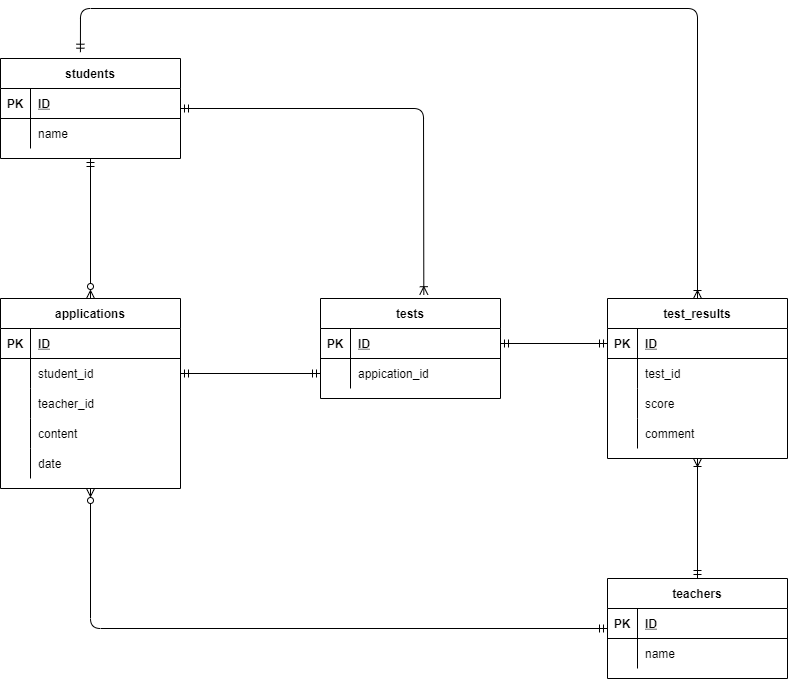
Above: test.drawio.png in showyaa/coachtech_20220316 (draw.io), before the change. Source tidied: cells renumbered, new cells last; positions are measured from the earlier drawing's top-left corner, leaving out a move shared by most shapes.
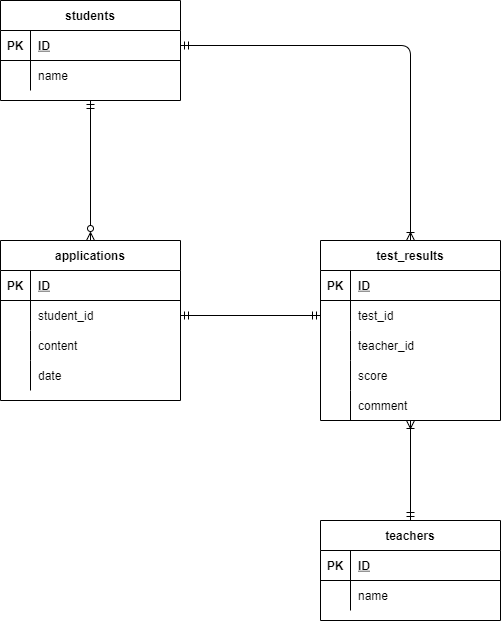
After the commit.

Change to the diagram source:
```diff
@@ -5,13 +5,6 @@
     <mxCell id="2" style="edgeStyle=none;html=1;exitX=0.5;exitY=1;exitDx=0;exitDy=0;entryX=0.5;entryY=0;entryDx=0;entryDy=0;endArrow=ERzeroToMany;endFill=0;startArrow=ERmandOne;startFill=0;" parent="1" edge="1" source="4" target="11">
       <mxGeometry relative="1" as="geometry" />
     </mxCell>
-    <mxCell id="3" style="edgeStyle=none;html=1;exitX=1;exitY=0.5;exitDx=0;exitDy=0;startArrow=ERmandOne;startFill=0;endArrow=ERoneToMany;endFill=0;entryX=0.574;entryY=-0.038;entryDx=0;entryDy=0;entryPerimeter=0;" parent="1" edge="1" source="4" target="27">
-      <mxGeometry relative="1" as="geometry">
-        <Array as="points">
-          <mxPoint x="423" y="100" />
-        </Array>
-      </mxGeometry>
-    </mxCell>
     <mxCell id="4" value="students" style="shape=table;startSize=30;rowLines=0;fontStyle=1;align=center;" parent="1" vertex="1">
       <mxGeometry y="50" width="180" height="100" as="geometry" />
     </mxCell>
@@ -34,7 +27,7 @@
       <mxGeometry x="30" width="150" height="30" as="geometry" />
     </mxCell>
     <mxCell id="11" value="applications" style="shape=table;startSize=30;rowLines=0;fontStyle=1;align=center;" parent="1" vertex="1">
-      <mxGeometry y="290" width="180" height="190" as="geometry" />
+      <mxGeometry y="290" width="180" height="160" as="geometry" />
     </mxCell>
     <mxCell id="12" style="shape=partialRectangle;fillColor=none;top=0;left=0;bottom=1;right=0;" parent="11" vertex="1">
       <mxGeometry y="30" width="180" height="30" as="geometry" />
@@ -54,17 +47,8 @@
     <mxCell id="17" value="student_id" style="shape=partialRectangle;fillColor=none;top=0;left=0;bottom=0;right=0;align=left;spacingLeft=6;overflow=hidden;" parent="15" vertex="1">
       <mxGeometry x="30" width="150" height="30" as="geometry" />
     </mxCell>
-    <mxCell id="18" style="shape=partialRectangle;fillColor=none;top=0;left=0;bottom=0;right=0;" parent="11" vertex="1">
-      <mxGeometry y="90" width="180" height="30" as="geometry" />
-    </mxCell>
-    <mxCell id="19" style="shape=partialRectangle;fillColor=none;top=0;left=0;bottom=0;right=0;overflow=hidden;" parent="18" vertex="1">
-      <mxGeometry width="30" height="30" as="geometry" />
-    </mxCell>
-    <mxCell id="20" value="teacher_id" style="shape=partialRectangle;fillColor=none;top=0;left=0;bottom=0;right=0;align=left;spacingLeft=6;overflow=hidden;" parent="18" vertex="1">
-      <mxGeometry x="30" width="150" height="30" as="geometry" />
-    </mxCell>
     <mxCell id="21" style="shape=partialRectangle;fillColor=none;top=0;left=0;bottom=0;right=0;" parent="11" vertex="1">
-      <mxGeometry y="120" width="180" height="30" as="geometry" />
+      <mxGeometry y="90" width="180" height="30" as="geometry" />
     </mxCell>
     <mxCell id="22" style="shape=partialRectangle;fillColor=none;top=0;left=0;bottom=0;right=0;overflow=hidden;" parent="21" vertex="1">
       <mxGeometry width="30" height="30" as="geometry" />
@@ -73,7 +57,7 @@
       <mxGeometry x="30" width="150" height="30" as="geometry" />
     </mxCell>
     <mxCell id="24" style="shape=partialRectangle;fillColor=none;top=0;left=0;bottom=0;right=0;" parent="11" vertex="1">
-      <mxGeometry y="150" width="180" height="30" as="geometry" />
+      <mxGeometry y="120" width="180" height="30" as="geometry" />
     </mxCell>
     <mxCell id="25" style="shape=partialRectangle;fillColor=none;top=0;left=0;bottom=0;right=0;overflow=hidden;" parent="24" vertex="1">
       <mxGeometry width="30" height="30" as="geometry" />
@@ -81,39 +65,11 @@
     <mxCell id="26" value="date" style="shape=partialRectangle;fillColor=none;top=0;left=0;bottom=0;right=0;align=left;spacingLeft=6;overflow=hidden;" parent="24" vertex="1">
       <mxGeometry x="30" width="150" height="30" as="geometry" />
     </mxCell>
-    <mxCell id="27" value="tests" style="shape=table;startSize=30;rowLines=0;fontStyle=1;align=center;" parent="1" vertex="1">
-      <mxGeometry x="320" y="290" width="180" height="100" as="geometry" />
-    </mxCell>
-    <mxCell id="28" style="shape=partialRectangle;fillColor=none;top=0;left=0;bottom=1;right=0;points=[[0,0.5],[1,0.5]];portConstraint=eastwest;" parent="27" vertex="1">
-      <mxGeometry y="30" width="180" height="30" as="geometry" />
-    </mxCell>
-    <mxCell id="29" value="PK" style="shape=partialRectangle;fillColor=none;top=0;left=0;bottom=0;right=0;fontStyle=1;overflow=hidden;" parent="28" vertex="1">
-      <mxGeometry width="30" height="30" as="geometry" />
-    </mxCell>
-    <mxCell id="30" value="ID" style="shape=partialRectangle;fillColor=none;top=0;left=0;bottom=0;right=0;align=left;spacingLeft=6;fontStyle=5;overflow=hidden;" parent="28" vertex="1">
-      <mxGeometry x="30" width="150" height="30" as="geometry" />
-    </mxCell>
-    <mxCell id="31" style="shape=partialRectangle;fillColor=none;top=0;left=0;bottom=0;right=0;points=[[0,0.5],[1,0.5]];portConstraint=eastwest;" parent="27" vertex="1">
-      <mxGeometry y="60" width="180" height="30" as="geometry" />
-    </mxCell>
-    <mxCell id="32" style="shape=partialRectangle;fillColor=none;top=0;left=0;bottom=0;right=0;overflow=hidden;" parent="31" vertex="1">
-      <mxGeometry width="30" height="30" as="geometry" />
-    </mxCell>
-    <mxCell id="33" value="appication_id" style="shape=partialRectangle;fillColor=none;top=0;left=0;bottom=0;right=0;align=left;spacingLeft=6;overflow=hidden;" parent="31" vertex="1">
-      <mxGeometry x="30" width="150" height="30" as="geometry" />
-    </mxCell>
     <mxCell id="34" style="edgeStyle=none;html=1;exitX=0.5;exitY=0;exitDx=0;exitDy=0;entryX=0.5;entryY=1;entryDx=0;entryDy=0;startArrow=ERmandOne;startFill=0;endArrow=ERoneToMany;endFill=0;" parent="1" edge="1" source="36" target="45">
       <mxGeometry relative="1" as="geometry" />
     </mxCell>
-    <mxCell id="35" style="edgeStyle=none;html=1;exitX=0;exitY=0.5;exitDx=0;exitDy=0;startArrow=ERmandOne;startFill=0;endArrow=ERzeroToMany;endFill=0;entryX=0.5;entryY=1;entryDx=0;entryDy=0;" parent="1" edge="1" source="36" target="11">
-      <mxGeometry relative="1" as="geometry">
-        <Array as="points">
-          <mxPoint x="90" y="620" />
-        </Array>
-      </mxGeometry>
-    </mxCell>
     <mxCell id="36" value="teachers" style="shape=table;startSize=30;rowLines=0;fontStyle=1;align=center;" parent="1" vertex="1">
-      <mxGeometry x="607" y="570" width="180" height="100" as="geometry" />
+      <mxGeometry x="320" y="570" width="180" height="100" as="geometry" />
     </mxCell>
     <mxCell id="37" style="shape=partialRectangle;fillColor=none;top=0;left=0;bottom=1;right=0;" parent="36" vertex="1">
       <mxGeometry y="30" width="180" height="30" as="geometry" />
@@ -133,19 +89,20 @@
     <mxCell id="42" value="name" style="shape=partialRectangle;fillColor=none;top=0;left=0;bottom=0;right=0;align=left;spacingLeft=6;overflow=hidden;" parent="40" vertex="1">
       <mxGeometry x="30" width="150" height="30" as="geometry" />
     </mxCell>
-    <mxCell id="43" style="edgeStyle=none;html=1;exitX=1;exitY=0.5;exitDx=0;exitDy=0;entryX=0;entryY=0.5;entryDx=0;entryDy=0;startArrow=ERmandOne;startFill=0;endArrow=ERmandOne;endFill=0;" parent="1" edge="1" source="15" target="31">
-      <mxGeometry relative="1" as="geometry" />
+    <mxCell id="43" style="edgeStyle=none;html=1;exitX=1;exitY=0.5;exitDx=0;exitDy=0;entryX=0;entryY=0.5;entryDx=0;entryDy=0;startArrow=ERmandOne;startFill=0;endArrow=ERmandOne;endFill=0;" parent="1" edge="1" source="15">
+      <mxGeometry relative="1" as="geometry">
+        <mxPoint x="320" y="365" as="targetPoint" />
+      </mxGeometry>
     </mxCell>
-    <mxCell id="44" style="edgeStyle=none;html=1;exitX=0.5;exitY=0;exitDx=0;exitDy=0;startArrow=ERoneToMany;startFill=0;endArrow=ERmandOne;endFill=0;entryX=0.444;entryY=-0.063;entryDx=0;entryDy=0;entryPerimeter=0;" parent="1" edge="1" source="45" target="4">
-      <mxGeometry relative="1" as="geometry">
-        <Array as="points">
-          <mxPoint x="697" />
-          <mxPoint x="80" />
-        </Array>
-      </mxGeometry>
-    </mxCell>
+    <mxCell id="59" style="edgeStyle=none;html=1;exitX=0.5;exitY=0;exitDx=0;exitDy=0;startArrow=ERoneToMany;startFill=0;endArrow=ERmandOne;endFill=0;entryX=1;entryY=0.5;entryDx=0;entryDy=0;" parent="1" edge="1" source="45" target="5">
+      <mxGeometry relative="1" as="geometry">
+        <Array as="points">
+          <mxPoint x="410" y="95" />
+        </Array>
+      </mxGeometry>
+    </mxCell>
     <mxCell id="45" value="test_results" style="shape=table;startSize=30;rowLines=0;fontStyle=1;align=center;" parent="1" vertex="1">
-      <mxGeometry x="607" y="290" width="180" height="160" as="geometry" />
+      <mxGeometry x="320" y="290" width="180" height="180" as="geometry" />
     </mxCell>
     <mxCell id="46" style="shape=partialRectangle;fillColor=none;top=0;left=0;bottom=1;right=0;points=[[0,0.5],[1,0.5]];portConstraint=eastwest;" parent="45" vertex="1">
       <mxGeometry y="30" width="180" height="30" as="geometry" />
@@ -165,8 +122,17 @@
     <mxCell id="51" value="test_id" style="shape=partialRectangle;fillColor=none;top=0;left=0;bottom=0;right=0;align=left;spacingLeft=6;overflow=hidden;" parent="49" vertex="1">
       <mxGeometry x="30" width="150" height="30" as="geometry" />
     </mxCell>
+    <mxCell id="18" style="shape=partialRectangle;fillColor=none;top=0;left=0;bottom=0;right=0;" parent="45" vertex="1">
+      <mxGeometry y="90" width="180" height="30" as="geometry" />
+    </mxCell>
+    <mxCell id="60" style="shape=partialRectangle;fillColor=none;top=0;left=0;bottom=0;right=0;overflow=hidden;" parent="18" vertex="1">
+      <mxGeometry width="30" height="30" as="geometry" />
+    </mxCell>
+    <mxCell id="20" value="teacher_id" style="shape=partialRectangle;fillColor=none;top=0;left=0;bottom=0;right=0;align=left;spacingLeft=6;overflow=hidden;" parent="18" vertex="1">
+      <mxGeometry x="30" width="150" height="30" as="geometry" />
+    </mxCell>
     <mxCell id="52" style="shape=partialRectangle;fillColor=none;top=0;left=0;bottom=0;right=0;" parent="45" vertex="1">
-      <mxGeometry y="90" width="180" height="30" as="geometry" />
+      <mxGeometry y="120" width="180" height="30" as="geometry" />
     </mxCell>
     <mxCell id="53" style="shape=partialRectangle;fillColor=none;top=0;left=0;bottom=0;right=0;overflow=hidden;" parent="52" vertex="1">
       <mxGeometry width="30" height="30" as="geometry" />
@@ -175,7 +141,7 @@
       <mxGeometry x="30" width="150" height="30" as="geometry" />
     </mxCell>
     <mxCell id="55" style="shape=partialRectangle;fillColor=none;top=0;left=0;bottom=0;right=0;" parent="45" vertex="1">
-      <mxGeometry y="120" width="180" height="30" as="geometry" />
+      <mxGeometry y="150" width="180" height="30" as="geometry" />
     </mxCell>
     <mxCell id="56" style="shape=partialRectangle;fillColor=none;top=0;left=0;bottom=0;right=0;overflow=hidden;" parent="55" vertex="1">
       <mxGeometry width="30" height="30" as="geometry" />
@@ -183,8 +149,5 @@
     <mxCell id="57" value="comment" style="shape=partialRectangle;fillColor=none;top=0;left=0;bottom=0;right=0;align=left;spacingLeft=6;overflow=hidden;" parent="55" vertex="1">
       <mxGeometry x="30" width="150" height="30" as="geometry" />
     </mxCell>
-    <mxCell id="58" style="edgeStyle=none;html=1;exitX=1;exitY=0.5;exitDx=0;exitDy=0;entryX=0;entryY=0.5;entryDx=0;entryDy=0;startArrow=ERmandOne;startFill=0;endArrow=ERmandOne;endFill=0;" parent="1" edge="1" source="28" target="46">
-      <mxGeometry relative="1" as="geometry" />
-    </mxCell>
   </root>
 </mxGraphModel>
```
